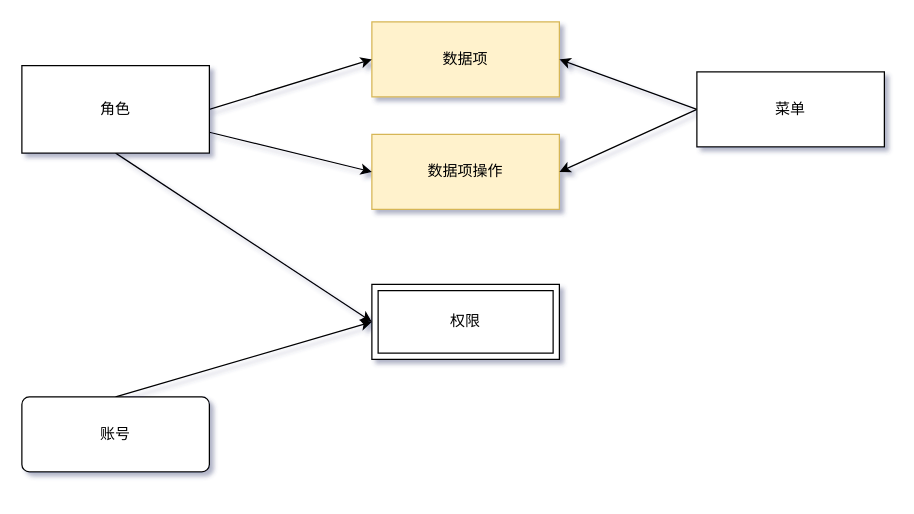
Before: page "授权方案二" (3 of 3) of 授权调整.drawio in 158698706/tt4a, a draw.io diagram. Source tidied: cells renumbered, new cells numbered last; positions are measured from the earlier drawing's top-left corner, leaving out a move shared by most shapes. Both pictures are drawn from the tidied source at 125%, with x=0, y=0 at pixel (21, 21).
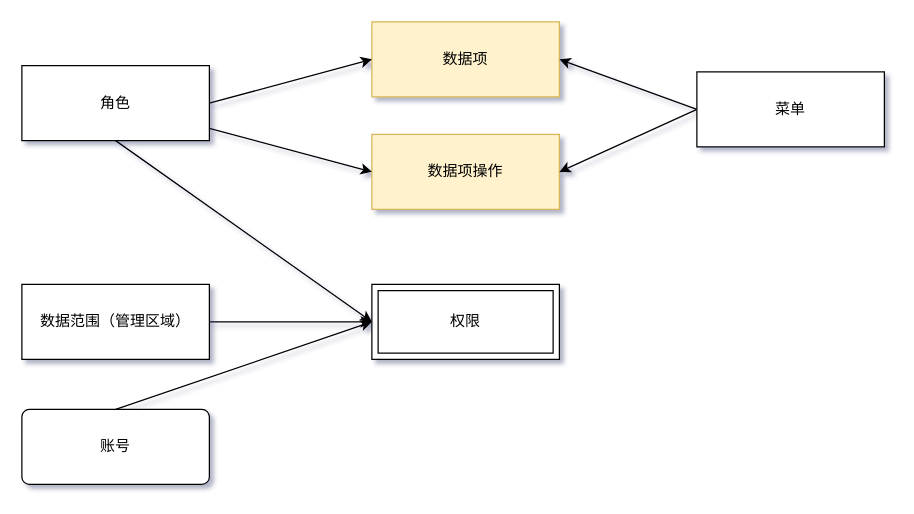
Above is the later version.

What changed in the source:
```diff
@@
 <mxGraphModel background="#ffffff" shadow="1">
   <root>
     <mxCell id="0" />
     <mxCell id="1" parent="0" />
     <mxCell id="2" value="数据项" style="whiteSpace=wrap;html=1;align=center;fillColor=#fff2cc;strokeColor=#d6b656;" parent="1" vertex="1">
       <mxGeometry x="280" width="150" height="60" as="geometry" />
     </mxCell>
     <mxCell id="3" value="数据项操作" style="whiteSpace=wrap;html=1;align=center;fillColor=#fff2cc;strokeColor=#d6b656;" parent="1" vertex="1">
       <mxGeometry x="280" y="90" width="150" height="60" as="geometry" />
     </mxCell>
     <mxCell id="4" style="edgeStyle=none;rounded=0;jettySize=auto;html=1;entryX=1;entryY=0.5;entryDx=0;entryDy=0;exitX=0;exitY=0.5;exitDx=0;exitDy=0;" parent="1" edge="1" source="6" target="2">
       <mxGeometry relative="1" as="geometry" />
     </mxCell>
     <mxCell id="5" style="edgeStyle=none;rounded=0;jettySize=auto;html=1;exitX=0;exitY=0.5;exitDx=0;exitDy=0;entryX=1;entryY=0.5;entryDx=0;entryDy=0;" parent="1" edge="1" source="6" target="3">
       <mxGeometry relative="1" as="geometry" />
     </mxCell>
     <mxCell id="6" value="菜单" style="whiteSpace=wrap;html=1;align=center;" parent="1" vertex="1">
       <mxGeometry x="540" y="40" width="150" height="60" as="geometry" />
     </mxCell>
     <mxCell id="7" style="rounded=0;jettySize=auto;html=1;entryX=0;entryY=0.5;entryDx=0;entryDy=0;exitX=1;exitY=0.5;exitDx=0;exitDy=0;" parent="1" edge="1" source="10" target="2">
       <mxGeometry relative="1" as="geometry" />
     </mxCell>
     <mxCell id="8" style="rounded=0;jettySize=auto;html=1;entryX=0;entryY=0.5;entryDx=0;entryDy=0;" parent="1" edge="1" source="10" target="3">
       <mxGeometry relative="1" as="geometry" />
     </mxCell>
     <mxCell id="9" style="edgeStyle=none;rounded=0;jettySize=auto;html=1;entryX=0;entryY=0.5;entryDx=0;entryDy=0;exitX=0.5;exitY=1;exitDx=0;exitDy=0;" parent="1" edge="1" source="10" target="13">
       <mxGeometry relative="1" as="geometry" />
     </mxCell>
     <mxCell id="10" value="角色" style="whiteSpace=wrap;html=1;align=center;" parent="1" vertex="1">
-      <mxGeometry y="35" width="150" height="70" as="geometry" />
+      <mxGeometry y="35" width="150" height="60" as="geometry" />
     </mxCell>
     <mxCell id="11" style="edgeStyle=none;rounded=0;jettySize=auto;html=1;entryX=0;entryY=0.5;entryDx=0;entryDy=0;exitX=0.5;exitY=0;exitDx=0;exitDy=0;" parent="1" edge="1" source="12" target="13">
       <mxGeometry relative="1" as="geometry" />
     </mxCell>
     <mxCell id="12" value="账号" style="rounded=1;arcSize=10;whiteSpace=wrap;html=1;align=center;" parent="1" vertex="1">
-      <mxGeometry y="300" width="150" height="60" as="geometry" />
+      <mxGeometry y="310" width="150" height="60" as="geometry" />
     </mxCell>
     <mxCell id="13" value="权限" style="shape=ext;margin=3;double=1;whiteSpace=wrap;html=1;align=center;" parent="1" vertex="1">
       <mxGeometry x="280" y="210" width="150" height="60" as="geometry" />
     </mxCell>
+    <mxCell id="14" style="edgeStyle=orthogonalEdgeStyle;rounded=0;jettySize=auto;html=1;entryX=0;entryY=0.5;entryDx=0;entryDy=0;" parent="1" edge="1" source="15" target="13">
+      <mxGeometry relative="1" as="geometry" />
+    </mxCell>
+    <mxCell id="15" value="数据范围（管理区域）" style="whiteSpace=wrap;html=1;align=center;" parent="1" vertex="1">
+      <mxGeometry y="210" width="150" height="60" as="geometry" />
+    </mxCell>
   </root>
 </mxGraphModel>
```
